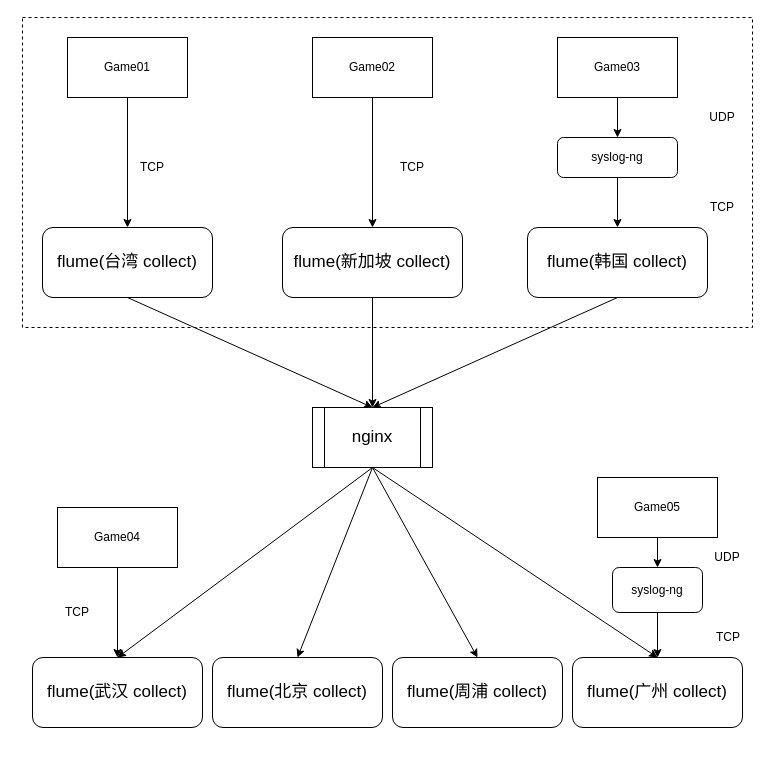
Before: map/flume-architecture.drawio in imperio-wxm/draw, a draw.io diagram. Source tidied: cells renumbered, new cells numbered last; positions are measured from the earlier drawing's top-left corner, leaving out a move shared by most shapes. Both pictures are drawn from the tidied source at 100%, with x=0, y=0 at pixel (22, 17).
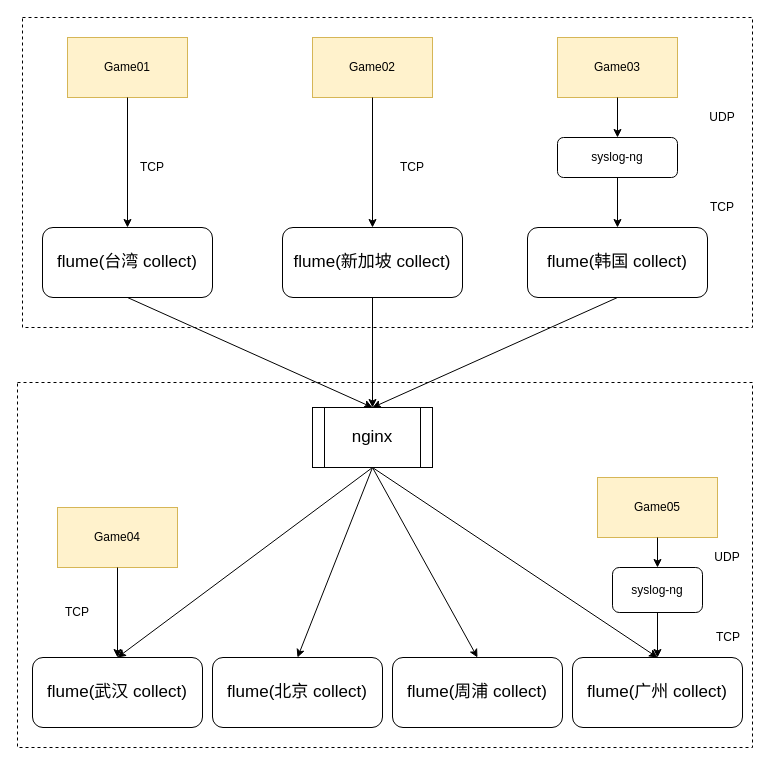
The same page after the edit.

The edit, as a diff of the source:
```diff
@@
+    <mxCell id="39" style="rounded=0;whiteSpace=wrap;html=1;fillColor=none;dashed=1;strokeWidth=1;" parent="1" vertex="1">
+      <mxGeometry x="-5" y="365" width="735" height="365" as="geometry" />
+    </mxCell>
+    <mxCell id="38" style="rounded=0;whiteSpace=wrap;html=1;fillColor=none;dashed=1;strokeWidth=1;" parent="1" vertex="1">
+      <mxGeometry width="730" height="310" as="geometry" />
+    </mxCell>
@@
-    <mxCell id="5" value="Game01" style="rounded=0;whiteSpace=wrap;html=1;" parent="1" vertex="1">
+    <mxCell id="5" value="Game01" style="rounded=0;whiteSpace=wrap;html=1;fillColor=#fff2cc;strokeColor=#d6b656;" parent="1" vertex="1">
       <mxGeometry x="45" y="20" width="120" height="60" as="geometry" />
     </mxCell>
-    <mxCell id="6" value="Game02" style="rounded=0;whiteSpace=wrap;html=1;" parent="1" vertex="1">
+    <mxCell id="6" value="Game02" style="rounded=0;whiteSpace=wrap;html=1;fillColor=#fff2cc;strokeColor=#d6b656;" parent="1" vertex="1">
       <mxGeometry x="290" y="20" width="120" height="60" as="geometry" />
     </mxCell>
-    <mxCell id="7" value="Game03" style="rounded=0;whiteSpace=wrap;html=1;" parent="1" vertex="1">
+    <mxCell id="7" value="Game03" style="rounded=0;whiteSpace=wrap;html=1;fillColor=#fff2cc;strokeColor=#d6b656;" parent="1" vertex="1">
       <mxGeometry x="535" y="20" width="120" height="60" as="geometry" />
     </mxCell>
@@
-    <mxCell id="29" value="Game04" style="rounded=0;whiteSpace=wrap;html=1;" parent="1" vertex="1">
+    <mxCell id="29" value="Game04" style="rounded=0;whiteSpace=wrap;html=1;fillColor=#fff2cc;strokeColor=#d6b656;" parent="1" vertex="1">
       <mxGeometry x="35" y="490" width="120" height="60" as="geometry" />
     </mxCell>
@@
-    <mxCell id="32" value="Game05" style="rounded=0;whiteSpace=wrap;html=1;" parent="1" vertex="1">
+    <mxCell id="32" value="Game05" style="rounded=0;whiteSpace=wrap;html=1;fillColor=#fff2cc;strokeColor=#d6b656;" parent="1" vertex="1">
       <mxGeometry x="575" y="460" width="120" height="60" as="geometry" />
     </mxCell>
@@
-    <mxCell id="38" style="rounded=0;whiteSpace=wrap;html=1;fillColor=none;dashed=1;strokeWidth=1;" parent="1" vertex="1">
-      <mxGeometry width="730" height="310" as="geometry" />
-    </mxCell>
```
